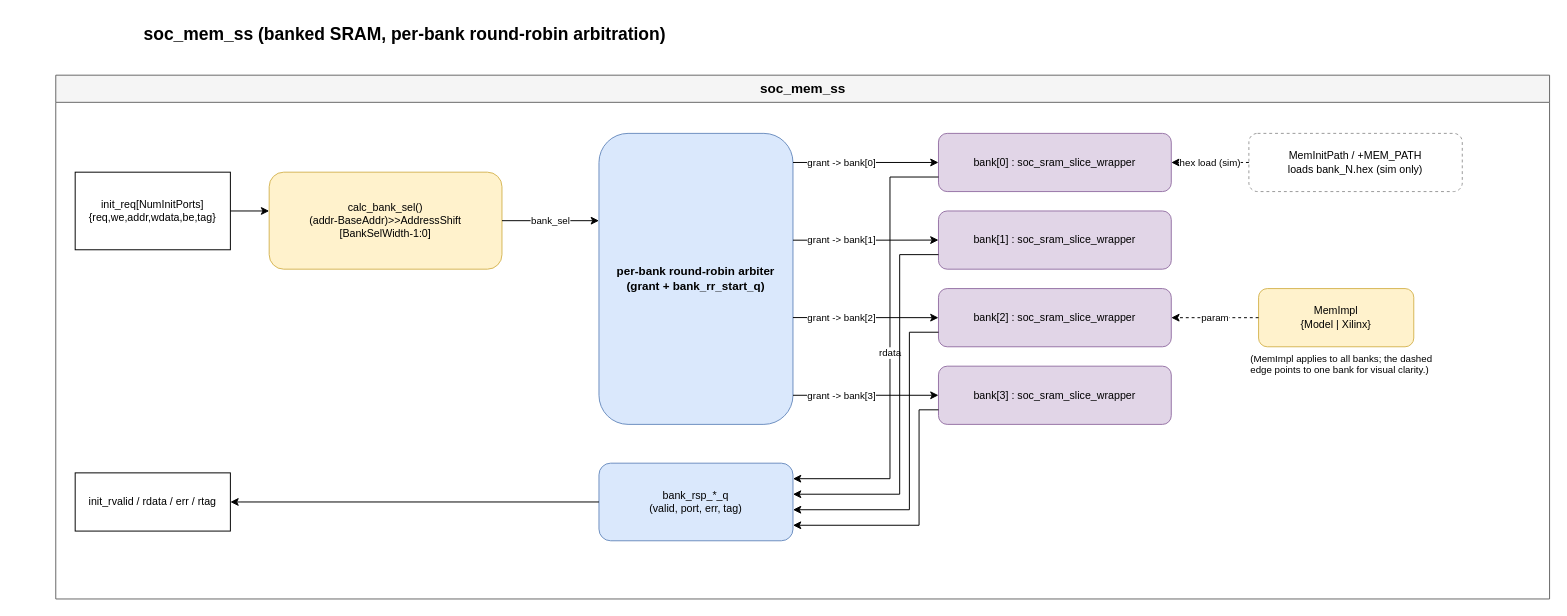
Above: page "Memory Subsystem" (4 of 8) of docs/media/corejack_soc.drawio in patrickerich/corejack (draw.io), before the change. Source tidied: cells renumbered, new cells numbered last; positions are measured from the earlier drawing's top-left corner, leaving out a move shared by most shapes. Both pictures are drawn from the tidied source at 97%, with x=0, y=0 at pixel (16, 16).
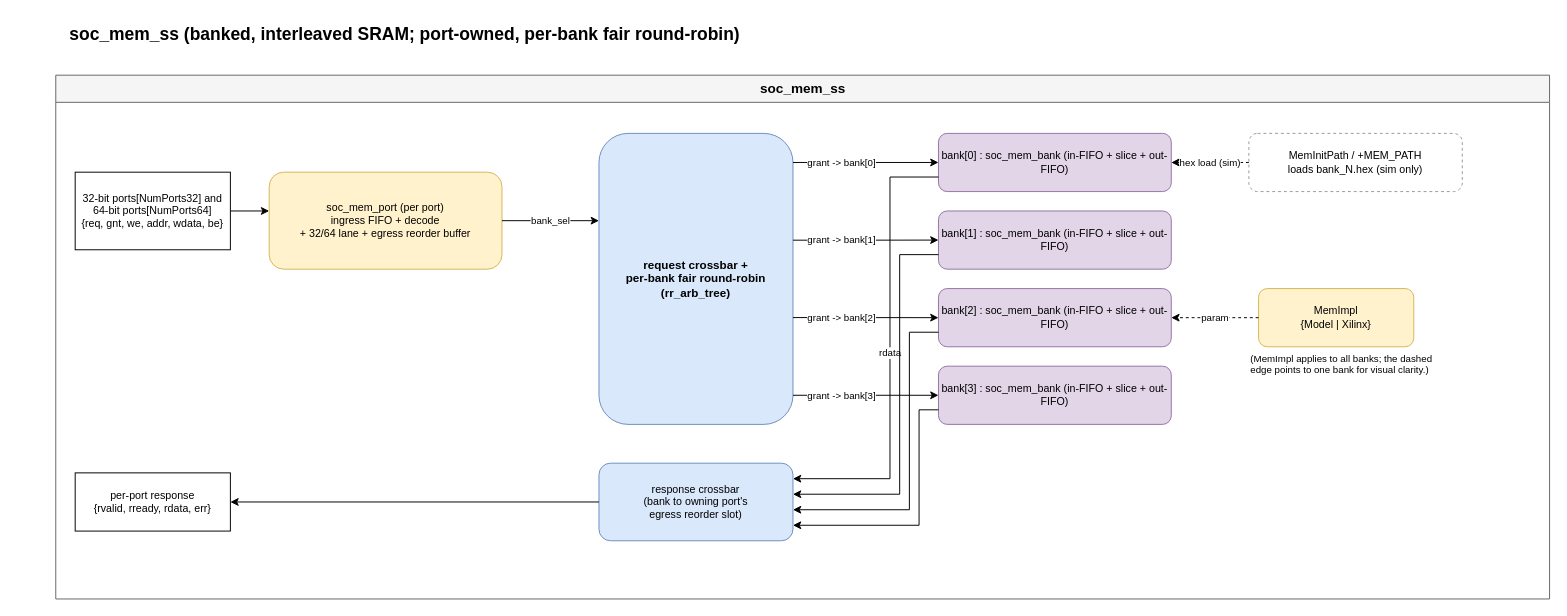
After the change.

Commit message (it also covers changes not shown here):
Sync docs with port-owned soc_mem_ss redesign

Unchanged cells that the change refers to:
```xml
<mxCell id="3" value="soc_mem_ss" style="swimlane;fontSize=14;fontStyle=1;html=1;startSize=28;fillColor=#F5F5F5;strokeColor=#666666;swimlaneFillColor=#FFFFFF;" parent="1" vertex="1">
  <mxGeometry x="40" y="60" width="1540" height="540" as="geometry" />
</mxCell>
```

The edit, as a diff of the source:
```diff
@@
-    <mxCell id="2" value="soc_mem_ss (banked SRAM, per-bank round-robin arbitration)" style="text;html=1;strokeColor=none;fillColor=none;align=center;verticalAlign=middle;whiteSpace=wrap;rounded=0;fontSize=18;fontStyle=1;" parent="1" vertex="1">
+    <mxCell id="2" value="soc_mem_ss (banked, interleaved SRAM; port-owned, per-bank fair round-robin)" style="text;html=1;strokeColor=none;fillColor=none;align=center;verticalAlign=middle;whiteSpace=wrap;rounded=0;fontSize=18;fontStyle=1;" parent="1" vertex="1">
       <mxGeometry width="800" height="36" as="geometry" />
     </mxCell>
@@
-    <mxCell id="4" value="init_req[NumInitPorts]&#10;{req,we,addr,wdata,be,tag}" style="rounded=0;whiteSpace=wrap;html=1;fillColor=#FFFFFF;strokeColor=#000000;fontSize=11;verticalAlign=middle;" parent="3" vertex="1">
+    <mxCell id="4" value="32-bit ports[NumPorts32] and&#10;64-bit ports[NumPorts64]&#10;{req, gnt, we, addr, wdata, be}" style="rounded=0;whiteSpace=wrap;html=1;fillColor=#FFFFFF;strokeColor=#000000;fontSize=11;verticalAlign=middle;" parent="3" vertex="1">
       <mxGeometry x="20" y="100" width="160" height="80" as="geometry" />
     </mxCell>
-    <mxCell id="5" value="init_rvalid / rdata / err / rtag" style="rounded=0;whiteSpace=wrap;html=1;fillColor=#FFFFFF;strokeColor=#000000;fontSize=11;verticalAlign=middle;" parent="3" vertex="1">
+    <mxCell id="5" value="per-port response&#10;{rvalid, rready, rdata, err}" style="rounded=0;whiteSpace=wrap;html=1;fillColor=#FFFFFF;strokeColor=#000000;fontSize=11;verticalAlign=middle;" parent="3" vertex="1">
       <mxGeometry x="20" y="410" width="160" height="60" as="geometry" />
     </mxCell>
-    <mxCell id="6" value="calc_bank_sel()&#10;(addr-BaseAddr)&gt;&gt;AddressShift&#10;[BankSelWidth-1:0]" style="rounded=1;whiteSpace=wrap;html=1;fillColor=#fff2cc;strokeColor=#d6b656;fontSize=11;verticalAlign=middle;" parent="3" vertex="1">
+    <mxCell id="6" value="soc_mem_port (per port)&#10;ingress FIFO + decode&#10;+ 32/64 lane + egress reorder buffer" style="rounded=1;whiteSpace=wrap;html=1;fillColor=#fff2cc;strokeColor=#d6b656;fontSize=11;verticalAlign=middle;" parent="3" vertex="1">
       <mxGeometry x="220" y="100" width="240" height="100" as="geometry" />
     </mxCell>
-    <mxCell id="7" value="per-bank round-robin arbiter&#10;(grant + bank_rr_start_q)" style="rounded=1;whiteSpace=wrap;html=1;fillColor=#dae8fc;strokeColor=#6c8ebf;fontSize=12;fontStyle=1;verticalAlign=middle;" parent="3" vertex="1">
+    <mxCell id="7" value="request crossbar +&#10;per-bank fair round-robin&#10;(rr_arb_tree)" style="rounded=1;whiteSpace=wrap;html=1;fillColor=#dae8fc;strokeColor=#6c8ebf;fontSize=12;fontStyle=1;verticalAlign=middle;" parent="3" vertex="1">
       <mxGeometry x="560" y="60" width="200" height="300" as="geometry" />
     </mxCell>
-    <mxCell id="8" value="bank_rsp_*_q&#10;(valid, port, err, tag)" style="rounded=1;whiteSpace=wrap;html=1;fillColor=#dae8fc;strokeColor=#6c8ebf;fontSize=11;verticalAlign=middle;" parent="3" vertex="1">
+    <mxCell id="8" value="response crossbar&#10;(bank to owning port's&#10;egress reorder slot)" style="rounded=1;whiteSpace=wrap;html=1;fillColor=#dae8fc;strokeColor=#6c8ebf;fontSize=11;verticalAlign=middle;" parent="3" vertex="1">
       <mxGeometry x="560" y="400" width="200" height="80" as="geometry" />
     </mxCell>
-    <mxCell id="9" value="bank[0] : soc_sram_slice_wrapper" style="rounded=1;whiteSpace=wrap;html=1;fillColor=#e1d5e7;strokeColor=#9673a6;fontSize=11;verticalAlign=middle;" parent="3" vertex="1">
+    <mxCell id="9" value="bank[0] : soc_mem_bank (in-FIFO + slice + out-FIFO)" style="rounded=1;whiteSpace=wrap;html=1;fillColor=#e1d5e7;strokeColor=#9673a6;fontSize=11;verticalAlign=middle;" parent="3" vertex="1">
       <mxGeometry x="910" y="60" width="240" height="60" as="geometry" />
     </mxCell>
-    <mxCell id="10" value="bank[1] : soc_sram_slice_wrapper" style="rounded=1;whiteSpace=wrap;html=1;fillColor=#e1d5e7;strokeColor=#9673a6;fontSize=11;verticalAlign=middle;" parent="3" vertex="1">
+    <mxCell id="10" value="bank[1] : soc_mem_bank (in-FIFO + slice + out-FIFO)" style="rounded=1;whiteSpace=wrap;html=1;fillColor=#e1d5e7;strokeColor=#9673a6;fontSize=11;verticalAlign=middle;" parent="3" vertex="1">
       <mxGeometry x="910" y="140" width="240" height="60" as="geometry" />
     </mxCell>
-    <mxCell id="11" value="bank[2] : soc_sram_slice_wrapper" style="rounded=1;whiteSpace=wrap;html=1;fillColor=#e1d5e7;strokeColor=#9673a6;fontSize=11;verticalAlign=middle;" parent="3" vertex="1">
+    <mxCell id="11" value="bank[2] : soc_mem_bank (in-FIFO + slice + out-FIFO)" style="rounded=1;whiteSpace=wrap;html=1;fillColor=#e1d5e7;strokeColor=#9673a6;fontSize=11;verticalAlign=middle;" parent="3" vertex="1">
       <mxGeometry x="910" y="220" width="240" height="60" as="geometry" />
     </mxCell>
-    <mxCell id="12" value="bank[3] : soc_sram_slice_wrapper" style="rounded=1;whiteSpace=wrap;html=1;fillColor=#e1d5e7;strokeColor=#9673a6;fontSize=11;verticalAlign=middle;" parent="3" vertex="1">
+    <mxCell id="12" value="bank[3] : soc_mem_bank (in-FIFO + slice + out-FIFO)" style="rounded=1;whiteSpace=wrap;html=1;fillColor=#e1d5e7;strokeColor=#9673a6;fontSize=11;verticalAlign=middle;" parent="3" vertex="1">
       <mxGeometry x="910" y="300" width="240" height="60" as="geometry" />
     </mxCell>
```
